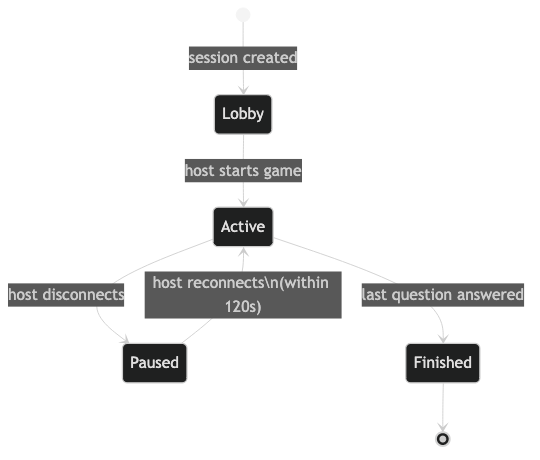
The Mermaid diagram docs/images/session-lifecycle.png in campeis/quiz-game, before a commit. Its source is kept beside it as docs/diagrams/session-lifecycle.mmd. The source it was exported from:
```mermaid
stateDiagram-v2
    [*] --> Lobby : session created
    Lobby --> Active : host starts game
    Active --> Paused : host disconnects
    Paused --> Active : host reconnects\n(within 120s)
    Active --> Finished : last question answered
    Finished --> [*]
```
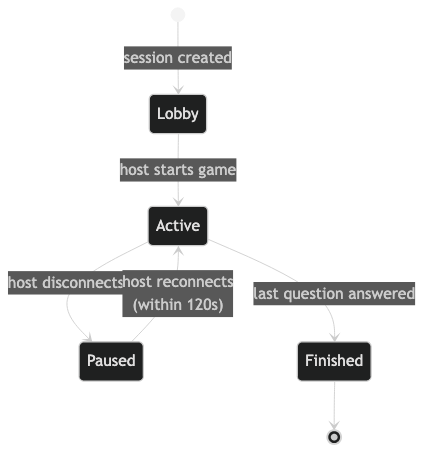
Later version of the same file.

Change to the diagram source:
```diff
@@ -2,6 +2,6 @@
     [*] --> Lobby : session created
     Lobby --> Active : host starts game
     Active --> Paused : host disconnects
-    Paused --> Active : host reconnects\n(within 120s)
+    Paused --> Active : host reconnects<br/>(within 120s)
     Active --> Finished : last question answered
     Finished --> [*]
```
